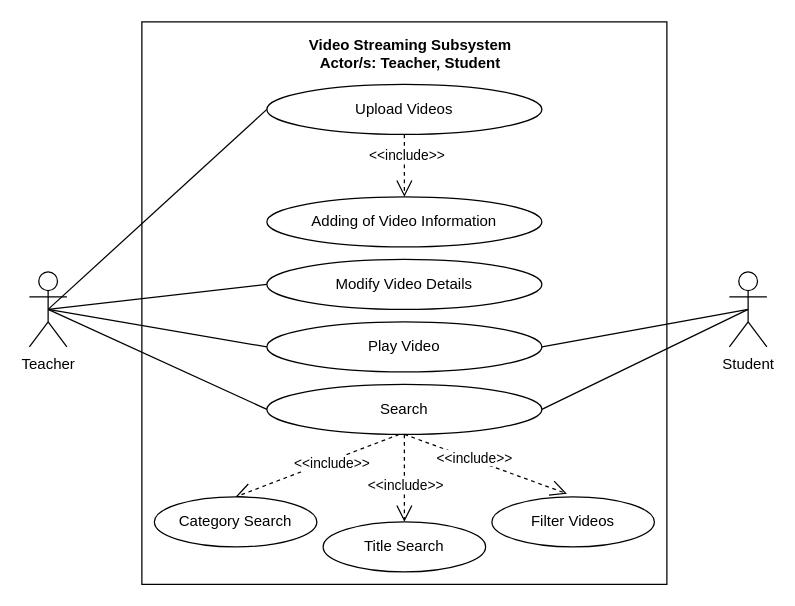
This is page "VSS" (6 of 16) of UML-DIAGRAMS/Diagrams 5-29-2021/Diagram.drawio from mrklglsn/CAPSTONE-FILES, a draw.io file, before an edit. Source tidied: cells renumbered, new cells numbered last; positions are measured from the earlier drawing's top-left corner, leaving out a move shared by most shapes. Both pictures are drawn from the tidied source at 125%, with x=0, y=0 at pixel (29, 21).
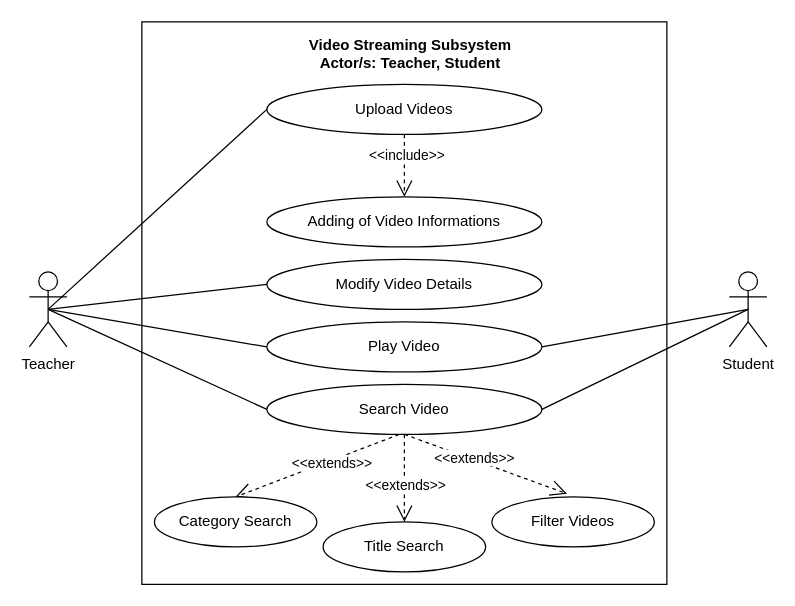
The same page after the edit.

The change refers to these unchanged cells:
```xml
<mxCell id="16" style="rounded=0;jumpStyle=arc;jumpSize=14;jettySize=auto;html=1;exitX=0.481;exitY=1.003;exitDx=0;exitDy=0;startArrow=none;startFill=0;endArrow=open;endFill=0;startSize=11;endSize=11;dashed=1;exitPerimeter=0;entryX=0.5;entryY=0;entryDx=0;entryDy=0;" parent="1" edge="1" target="20">
  <mxGeometry relative="1" as="geometry">
    <mxPoint x="295.8" y="330.1" as="sourcePoint" />
  </mxGeometry>
</mxCell>
<mxCell id="18" style="rounded=0;jumpStyle=arc;jumpSize=14;jettySize=auto;html=1;exitX=0.5;exitY=1;exitDx=0;exitDy=0;startArrow=none;startFill=0;endArrow=open;endFill=0;startSize=11;endSize=11;dashed=1;entryX=0.462;entryY=-0.062;entryDx=0;entryDy=0;entryPerimeter=0;" parent="1" edge="1" source="14" target="27">
  <mxGeometry relative="1" as="geometry" />
</mxCell>
<mxCell id="21" style="edgeStyle=none;rounded=0;jumpStyle=arc;jumpSize=14;jettySize=auto;html=1;exitX=0.5;exitY=0;exitDx=0;exitDy=0;startArrow=none;startFill=0;endArrow=open;endFill=0;startSize=11;endSize=11;dashed=1;entryX=0.5;entryY=0;entryDx=0;entryDy=0;" parent="1" edge="1" target="23">
  <mxGeometry relative="1" as="geometry">
    <mxPoint x="300" y="330" as="sourcePoint" />
    <Array as="points">
      <mxPoint x="300" y="360" />
    </Array>
  </mxGeometry>
</mxCell>
```

Diff of the diagram source:
```diff
@@
-    <mxCell id="12" value="Adding of Video Information" style="ellipse;whiteSpace=wrap;html=1;fillColor=none;" parent="1" vertex="1">
+    <mxCell id="12" value="Adding of Video Informations" style="ellipse;whiteSpace=wrap;html=1;fillColor=none;" parent="1" vertex="1">
       <mxGeometry x="190" y="140" width="220" height="40" as="geometry" />
     </mxCell>
@@
-    <mxCell id="14" value="Search" style="ellipse;whiteSpace=wrap;html=1;fillColor=none;" parent="1" vertex="1">
+    <mxCell id="14" value="Search Video" style="ellipse;whiteSpace=wrap;html=1;fillColor=none;" parent="1" vertex="1">
       <mxGeometry x="190" y="290" width="220" height="40" as="geometry" />
     </mxCell>
@@
-    <mxCell id="17" value="&amp;lt;&amp;lt;include&amp;gt;&amp;gt;" style="edgeLabel;html=1;align=center;verticalAlign=middle;" parent="16" vertex="1">
+    <mxCell id="17" value="&amp;lt;&amp;lt;extends&amp;gt;&amp;gt;" style="edgeLabel;html=1;align=center;verticalAlign=middle;" parent="16" vertex="1">
       <mxGeometry x="-0.16" y="2" relative="1" as="geometry" />
     </mxCell>
@@
-    <mxCell id="19" value="&amp;lt;&amp;lt;include&amp;gt;&amp;gt;" style="edgeLabel;html=1;align=center;verticalAlign=middle;" parent="18" vertex="1">
+    <mxCell id="19" value="&amp;lt;&amp;lt;extends&amp;gt;&amp;gt;" style="edgeLabel;html=1;align=center;verticalAlign=middle;" parent="18" vertex="1">
       <mxGeometry x="-0.16" y="2" relative="1" as="geometry" />
     </mxCell>
@@
-    <mxCell id="22" value="&amp;lt;&amp;lt;include&amp;gt;&amp;gt;" style="edgeLabel;html=1;align=center;verticalAlign=middle;" parent="21" vertex="1">
+    <mxCell id="22" value="&amp;lt;&amp;lt;extends&amp;gt;&amp;gt;" style="edgeLabel;html=1;align=center;verticalAlign=middle;" parent="21" vertex="1">
       <mxGeometry x="0.14" relative="1" as="geometry" />
     </mxCell>
```
